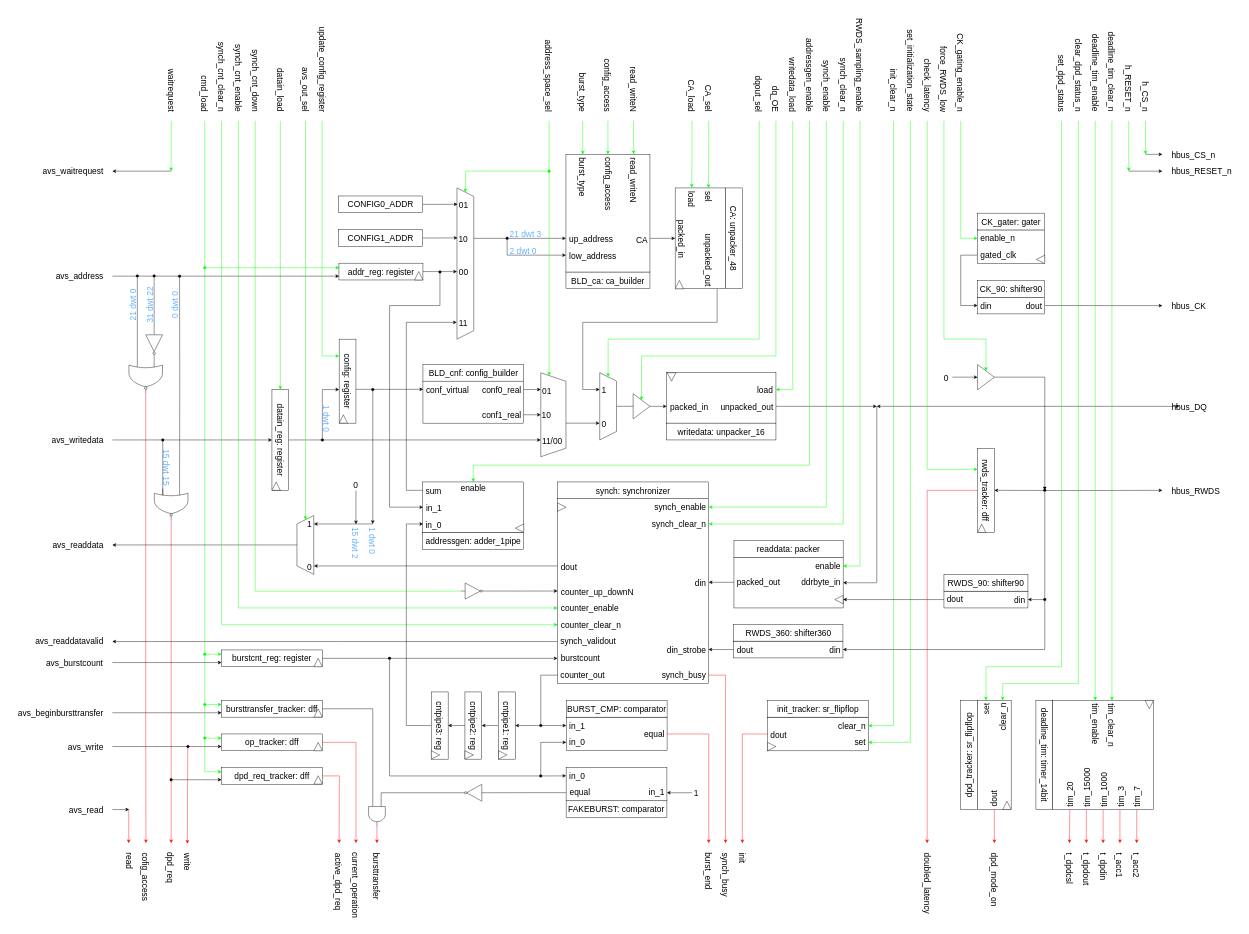
AndreaBononi/Intel_Cyclone10LP_systems keeps this draw.io diagram as page "RTL" (2 of 11) of hyperram_system/ip/avs_to_hram_converter/schematics/avs_to_hram_converter.drawio. Above is the earlier version. Source tidied: cells renumbered, new cells numbered last; positions are measured from the earlier drawing's top-left corner, leaving out a move shared by most shapes. Both pictures are drawn from the tidied source at 42%, with x=0, y=0 at pixel (7, 51).
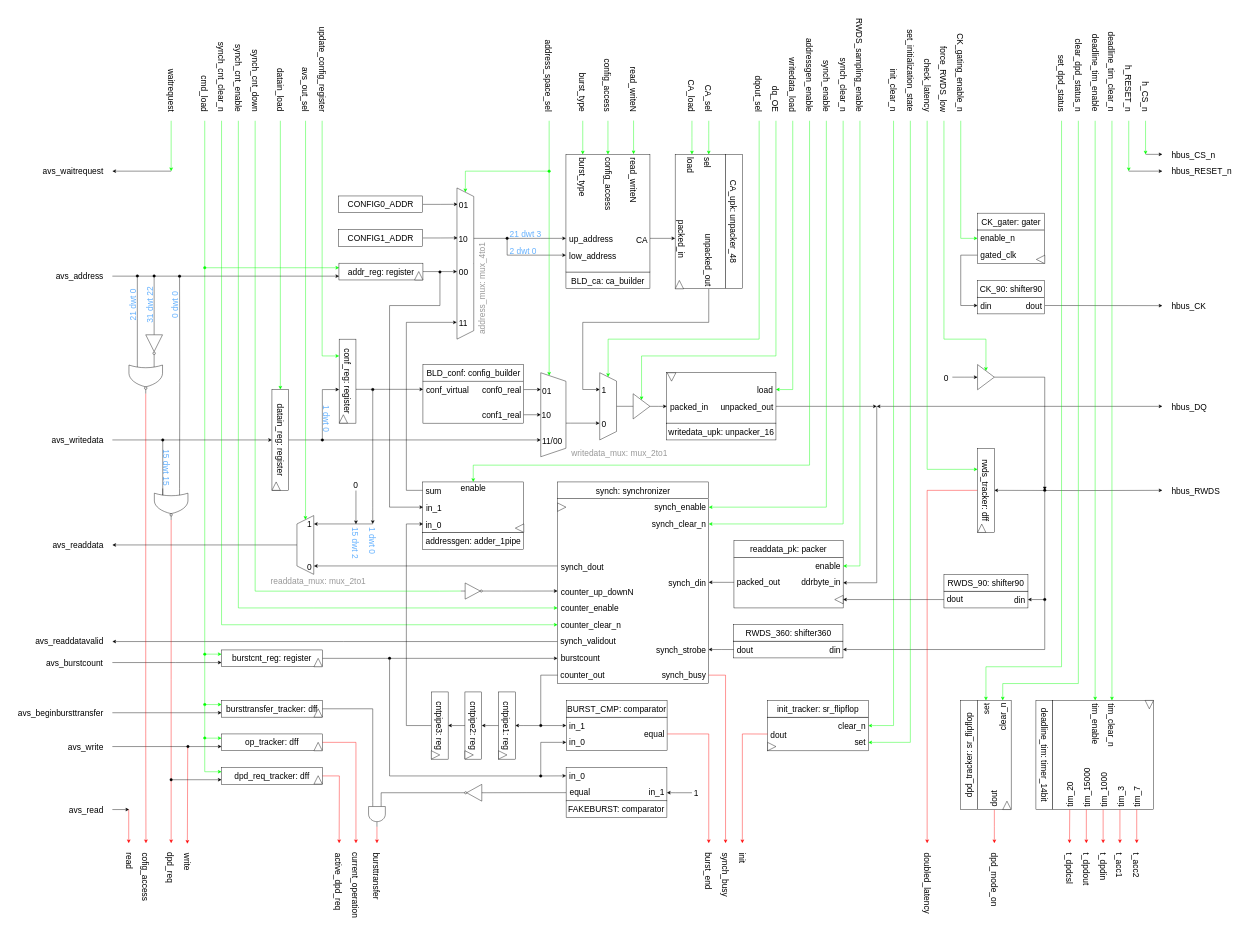
After the change.

Unchanged cells that the change refers to:
```xml
<mxCell id="24" style="shape=trapezoid;perimeter=trapezoidPerimeter;whiteSpace=wrap;html=1;fixedSize=1;direction=south;fontSize=20;" parent="1" vertex="1">
  <mxGeometry x="1410.4" y="764.9" width="40" height="160" as="geometry" />
</mxCell>
```

What changed in the source:
```diff
@@
     <mxCell id="5" style="edgeStyle=orthogonalEdgeStyle;rounded=0;jettySize=auto;html=1;entryX=0.25;entryY=1;entryDx=0;entryDy=0;" parent="1" edge="1" target="24">
       <mxGeometry relative="1" as="geometry">
-        <mxPoint x="1690" y="565" as="sourcePoint" />
+        <mxPoint x="1670" y="565" as="sourcePoint" />
         <Array as="points">
-          <mxPoint x="1690" y="645" />
+          <mxPoint x="1670" y="645" />
           <mxPoint x="1370" y="645" />
           <mxPoint x="1370" y="805" />
         </Array>
       </mxGeometry>
     </mxCell>
     <mxCell id="6" style="rounded=0;whiteSpace=wrap;html=1;horizontal=0;fontSize=20;" parent="1" vertex="1">
-      <mxGeometry x="1590" y="325" width="120" height="240" as="geometry" />
+      <mxGeometry x="1590" y="245" width="120" height="320" as="geometry" />
     </mxCell>
@@
     <mxCell id="22" style="edgeStyle=orthogonalEdgeStyle;rounded=0;orthogonalLoop=1;jettySize=auto;html=1;startArrow=classic;startFill=1;" parent="1" edge="1">
       <mxGeometry relative="1" as="geometry">
         <mxPoint x="2070" y="845" as="sourcePoint" />
-        <mxPoint x="2790" y="845" as="targetPoint" />
+        <mxPoint x="2750" y="845" as="targetPoint" />
         <Array as="points">
           <mxPoint x="2750" y="845" />
           <mxPoint x="2750" y="845" />
         </Array>
       </mxGeometry>
     </mxCell>
@@
-    <mxCell id="95" style="edgeStyle=orthogonalEdgeStyle;rounded=0;orthogonalLoop=1;jettySize=auto;html=1;strokeColor=#00FF00;entryX=0.25;entryY=0;entryDx=0;entryDy=0;" parent="1" edge="1">
+    <mxCell id="95" style="edgeStyle=orthogonalEdgeStyle;rounded=0;orthogonalLoop=1;jettySize=auto;html=1;strokeColor=#00FF00;" parent="1" edge="1">
       <mxGeometry relative="1" as="geometry">
         <mxPoint x="1630" y="165" as="sourcePoint" />
-        <mxPoint x="1629.5" y="324.2" as="targetPoint" />
+        <mxPoint x="1630" y="245" as="targetPoint" />
         <Array as="points">
-          <mxPoint x="1629.5" y="264.2" />
-          <mxPoint x="1629.5" y="264.2" />
+          <mxPoint x="1630" y="205" />
+          <mxPoint x="1630" y="205" />
         </Array>
       </mxGeometry>
     </mxCell>
@@
-    <mxCell id="101" value="din" style="text;html=1;align=right;verticalAlign=middle;strokeColor=none;fillColor=none;fontSize=20;rotation=0;" parent="1" vertex="1">
-      <mxGeometry x="1615" y="1245" width="50" height="40" as="geometry" />
+    <mxCell id="101" value="synch_din" style="text;html=1;align=right;verticalAlign=middle;strokeColor=none;fillColor=none;fontSize=20;rotation=0;" parent="1" vertex="1">
+      <mxGeometry x="1555" y="1245" width="110" height="40" as="geometry" />
     </mxCell>
-    <mxCell id="102" value="dout" style="text;html=1;align=left;verticalAlign=middle;strokeColor=none;fillColor=none;fontSize=20;rotation=0;" parent="1" vertex="1">
-      <mxGeometry x="1315.5" y="1205.5" width="60" height="40" as="geometry" />
+    <mxCell id="102" value="synch_dout" style="text;html=1;align=left;verticalAlign=middle;strokeColor=none;fillColor=none;fontSize=20;rotation=0;" parent="1" vertex="1">
+      <mxGeometry x="1315.5" y="1205.5" width="130" height="40" as="geometry" />
     </mxCell>
-    <mxCell id="103" value="&lt;font style=&quot;font-size: 20px;&quot;&gt;din_strobe&lt;/font&gt;" style="text;html=1;align=right;verticalAlign=middle;strokeColor=none;fillColor=none;fontSize=20;rotation=0;" parent="1" vertex="1">
-      <mxGeometry x="1545" y="1403.5" width="120" height="40" as="geometry" />
+    <mxCell id="103" value="&lt;font style=&quot;font-size: 20px;&quot;&gt;synch_strobe&lt;/font&gt;" style="text;html=1;align=right;verticalAlign=middle;strokeColor=none;fillColor=none;fontSize=20;rotation=0;" parent="1" vertex="1">
+      <mxGeometry x="1525" y="1403.5" width="140" height="40" as="geometry" />
     </mxCell>
@@
-    <mxCell id="137" value="&lt;font style=&quot;font-size: 20px;&quot;&gt;readdata: &lt;/font&gt;&lt;font style=&quot;font-size: 20px;&quot;&gt;packer&lt;/font&gt;" style="rounded=0;whiteSpace=wrap;html=1;fontSize=20;" parent="1" vertex="1">
+    <mxCell id="137" value="&lt;font style=&quot;font-size: 20px;&quot;&gt;readdata_pk: &lt;/font&gt;&lt;font style=&quot;font-size: 20px;&quot;&gt;packer&lt;/font&gt;" style="rounded=0;whiteSpace=wrap;html=1;fontSize=20;" parent="1" vertex="1">
       <mxGeometry x="1730" y="1165" width="260" height="40" as="geometry" />
     </mxCell>
@@
-    <mxCell id="140" value="&lt;font style=&quot;font-size: 20px;&quot;&gt;CA: &lt;/font&gt;&lt;font style=&quot;font-size: 20px;&quot;&gt;unpacker_48&lt;/font&gt;" style="rounded=0;whiteSpace=wrap;html=1;horizontal=0;fontSize=20;rotation=-180;" parent="1" vertex="1">
-      <mxGeometry x="1710" y="325" width="40" height="240" as="geometry" />
+    <mxCell id="140" value="&lt;font style=&quot;font-size: 20px;&quot;&gt;CA_upk: &lt;/font&gt;&lt;font style=&quot;font-size: 20px;&quot;&gt;unpacker_48&lt;/font&gt;" style="rounded=0;whiteSpace=wrap;html=1;horizontal=0;fontSize=20;rotation=-180;" parent="1" vertex="1">
+      <mxGeometry x="1710" y="245" width="40" height="320" as="geometry" />
     </mxCell>
     <mxCell id="141" value="load" style="text;html=1;align=left;verticalAlign=middle;strokeColor=none;fillColor=none;rotation=90;fontSize=20;" parent="1" vertex="1">
-      <mxGeometry x="1599.5" y="340.2" width="60" height="40" as="geometry" />
+      <mxGeometry x="1597.5" y="259.2" width="60" height="40" as="geometry" />
     </mxCell>
@@
-    <mxCell id="163" style="edgeStyle=orthogonalEdgeStyle;rounded=0;orthogonalLoop=1;jettySize=auto;html=1;strokeColor=#00FF00;entryX=0.75;entryY=0;entryDx=0;entryDy=0;" parent="1" edge="1">
+    <mxCell id="163" style="edgeStyle=orthogonalEdgeStyle;rounded=0;orthogonalLoop=1;jettySize=auto;html=1;strokeColor=#00FF00;" parent="1" edge="1">
       <mxGeometry relative="1" as="geometry">
         <mxPoint x="1670" y="165" as="sourcePoint" />
-        <mxPoint x="1669.5" y="325.2" as="targetPoint" />
+        <mxPoint x="1670" y="245" as="targetPoint" />
         <Array as="points">
           <mxPoint x="1670" y="195" />
         </Array>
       </mxGeometry>
     </mxCell>
     <mxCell id="164" value="sel" style="text;html=1;align=left;verticalAlign=middle;strokeColor=none;fillColor=none;rotation=90;fontSize=20;" parent="1" vertex="1">
-      <mxGeometry x="1644.5" y="335.2" width="50" height="40" as="geometry" />
+      <mxGeometry x="1642.5" y="254.2" width="50" height="40" as="geometry" />
     </mxCell>
@@
-    <mxCell id="180" value="&lt;font style=&quot;font-size: 20px;&quot;&gt;writedata: unpacker_16&lt;/font&gt;" style="rounded=0;whiteSpace=wrap;html=1;horizontal=0;rotation=90;fontSize=20;" parent="1" vertex="1">
+    <mxCell id="180" value="&lt;font style=&quot;font-size: 20px;&quot;&gt;writedata_upk: unpacker_16&lt;/font&gt;" style="rounded=0;whiteSpace=wrap;html=1;horizontal=0;rotation=90;fontSize=20;" parent="1" vertex="1">
       <mxGeometry x="1680" y="775" width="40" height="260" as="geometry" />
     </mxCell>
@@
-    <mxCell id="221" value="config: register" style="rounded=0;whiteSpace=wrap;html=1;direction=south;horizontal=0;fontSize=20;rotation=-180;" parent="1" vertex="1">
+    <mxCell id="221" value="conf_reg: register" style="rounded=0;whiteSpace=wrap;html=1;direction=south;horizontal=0;fontSize=20;rotation=-180;" parent="1" vertex="1">
       <mxGeometry x="790" y="685" width="40" height="200" as="geometry" />
     </mxCell>
@@
-    <mxCell id="225" value="BLD_cnf: config_builder" style="rounded=0;whiteSpace=wrap;html=1;direction=south;horizontal=0;fontSize=20;rotation=90;" parent="1" vertex="1">
+    <mxCell id="225" value="BLD_conf: config_builder" style="rounded=0;whiteSpace=wrap;html=1;direction=south;horizontal=0;fontSize=20;rotation=90;" parent="1" vertex="1">
       <mxGeometry x="1089.5" y="646" width="40" height="240" as="geometry" />
     </mxCell>
@@
+    <mxCell id="347" value="&lt;font color=&quot;#999999&quot; style=&quot;font-size: 20px;&quot;&gt;address_mux: mux_4to1&lt;/font&gt;" style="text;html=1;align=center;verticalAlign=middle;strokeColor=none;fillColor=none;rotation=-90;" parent="1" vertex="1">
+      <mxGeometry x="1009.5" y="544.9" width="240" height="40" as="geometry" />
+    </mxCell>
+    <mxCell id="348" value="&lt;font color=&quot;#999999&quot; style=&quot;font-size: 20px;&quot;&gt;readdata_mux: mux_2to1&lt;/font&gt;" style="text;html=1;align=center;verticalAlign=middle;strokeColor=none;fillColor=none;rotation=0;" parent="1" vertex="1">
+      <mxGeometry x="615" y="1241" width="250" height="40" as="geometry" />
+    </mxCell>
+    <mxCell id="349" value="&lt;font color=&quot;#999999&quot; style=&quot;font-size: 20px;&quot;&gt;writedata_mux: mux_2to1&lt;/font&gt;" style="text;html=1;align=center;verticalAlign=middle;strokeColor=none;fillColor=none;rotation=0;" parent="1" vertex="1">
+      <mxGeometry x="1332" y="935" width="250" height="40" as="geometry" />
+    </mxCell>
```
